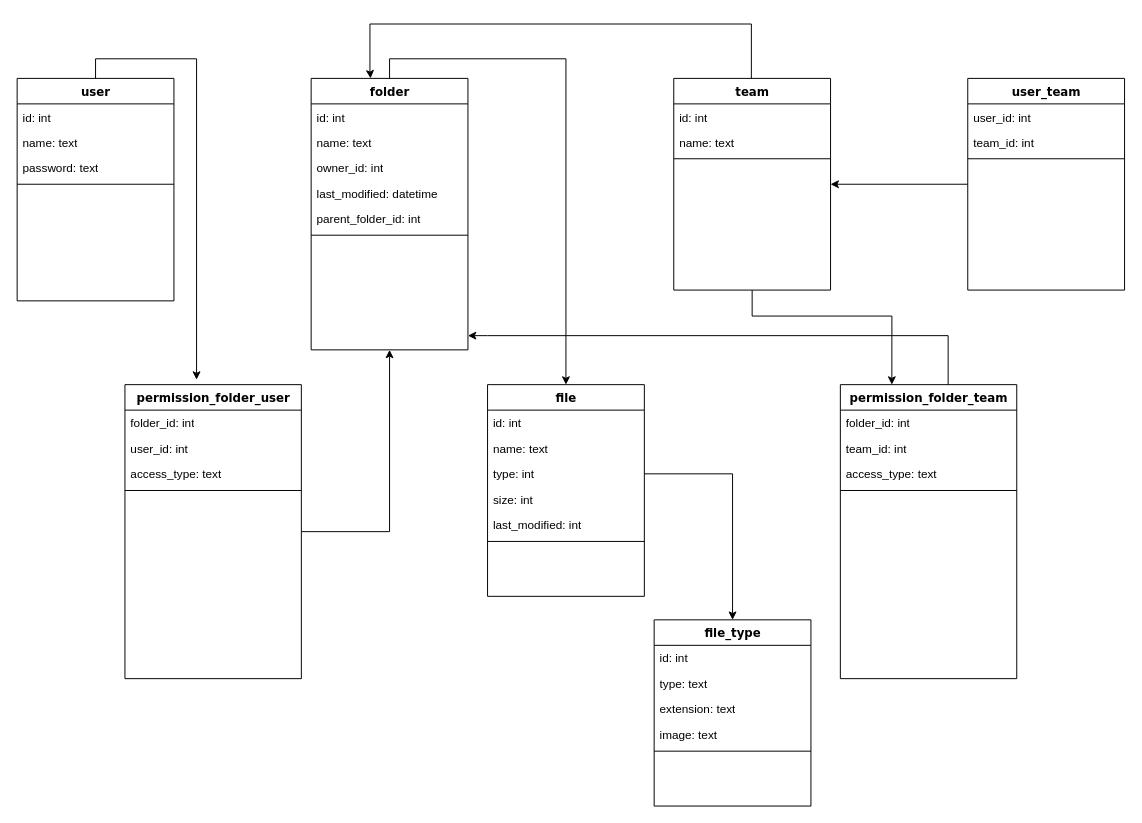
alexbkl/hello-back keeps this draw.io diagram as models/hello-storage.drawio. Above is the earlier version. Source tidied: cells renumbered, new cells numbered last; positions are measured from the earlier drawing's top-left corner, leaving out a move shared by most shapes. Both pictures are drawn from the tidied source at 98%, with x=0, y=0 at pixel (17, 24).
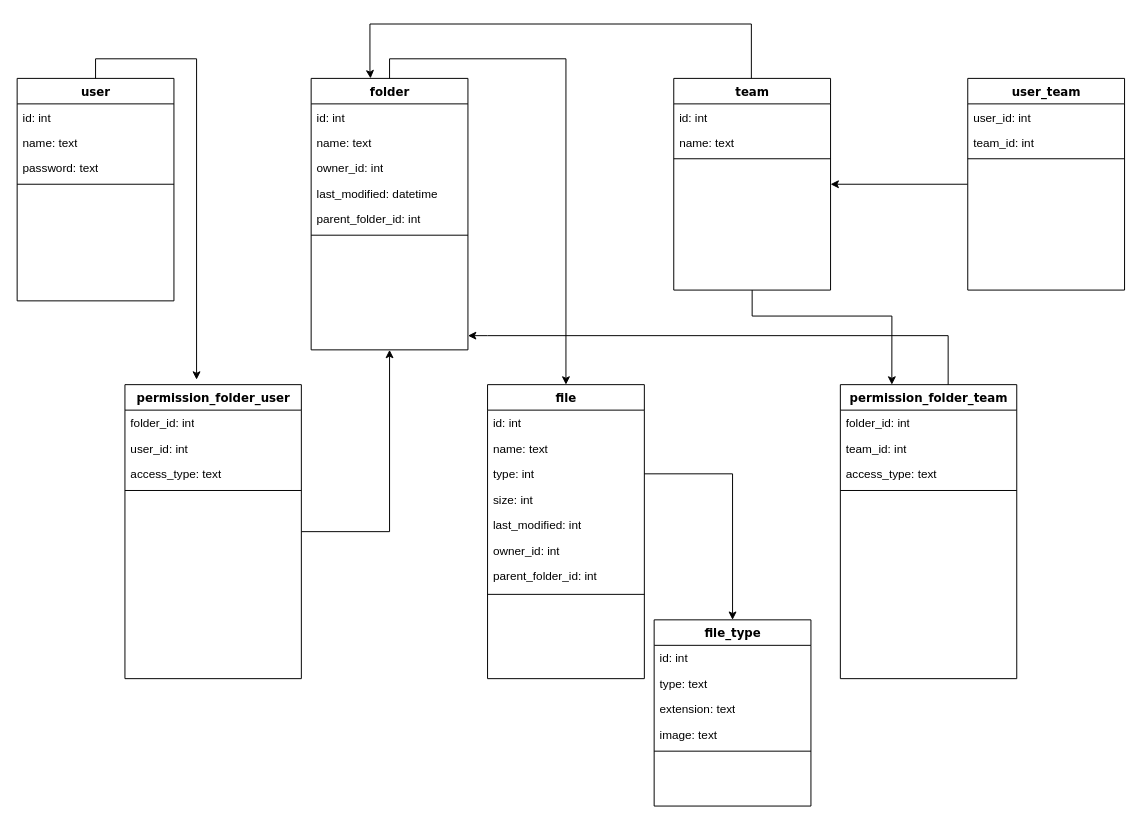
The same diagram, later.

Diff of the diagram source:
```diff
@@
     <mxCell id="16" value="file" style="swimlane;html=1;fontStyle=1;align=center;verticalAlign=top;horizontal=1;startSize=26;swimlaneFillColor=#ffffff;rounded=0;shadow=0;comic=0;labelBackgroundColor=none;strokeWidth=1;fillColor=none;fontFamily=Verdana;fontSize=12;" parent="1" vertex="1">
-      <mxGeometry x="480" y="368" width="160" height="216" as="geometry" />
+      <mxGeometry x="480" y="368" width="160" height="300" as="geometry" />
     </mxCell>
@@
+    <mxCell id="53" value="owner_id: int" style="text;html=1;strokeColor=none;fillColor=none;align=left;verticalAlign=top;spacingLeft=4;spacingRight=4;whiteSpace=wrap;overflow=hidden;" parent="16" vertex="1">
+      <mxGeometry y="156" width="160" height="26" as="geometry" />
+    </mxCell>
+    <mxCell id="54" value="parent_folder_id: int" style="text;html=1;strokeColor=none;fillColor=none;align=left;verticalAlign=top;spacingLeft=4;spacingRight=4;whiteSpace=wrap;overflow=hidden;" parent="16" vertex="1">
+      <mxGeometry y="182" width="160" height="26" as="geometry" />
+    </mxCell>
     <mxCell id="22" style="line;html=1;strokeWidth=1;fillColor=none;align=left;verticalAlign=middle;spacingTop=-1;spacingLeft=3;spacingRight=3;labelPosition=right;" parent="16" vertex="1">
-      <mxGeometry y="156" width="160" height="8" as="geometry" />
+      <mxGeometry y="208" width="160" height="12" as="geometry" />
     </mxCell>
```
